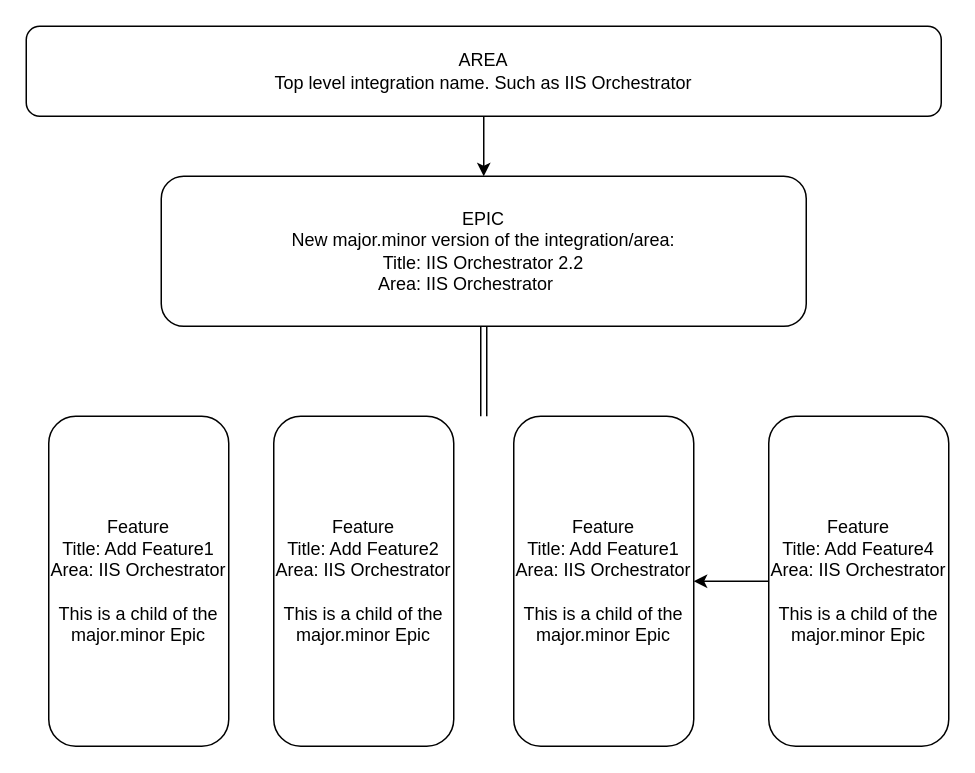
Above: Untitled Diagram.drawio in fiddlermikey/composite-workflow (draw.io), before the change. Source tidied: cells renumbered, new cells numbered last; positions are measured from the earlier drawing's top-left corner, leaving out a move shared by most shapes. Both pictures are drawn from the tidied source at 150%, with x=0, y=0 at pixel (26, 26).
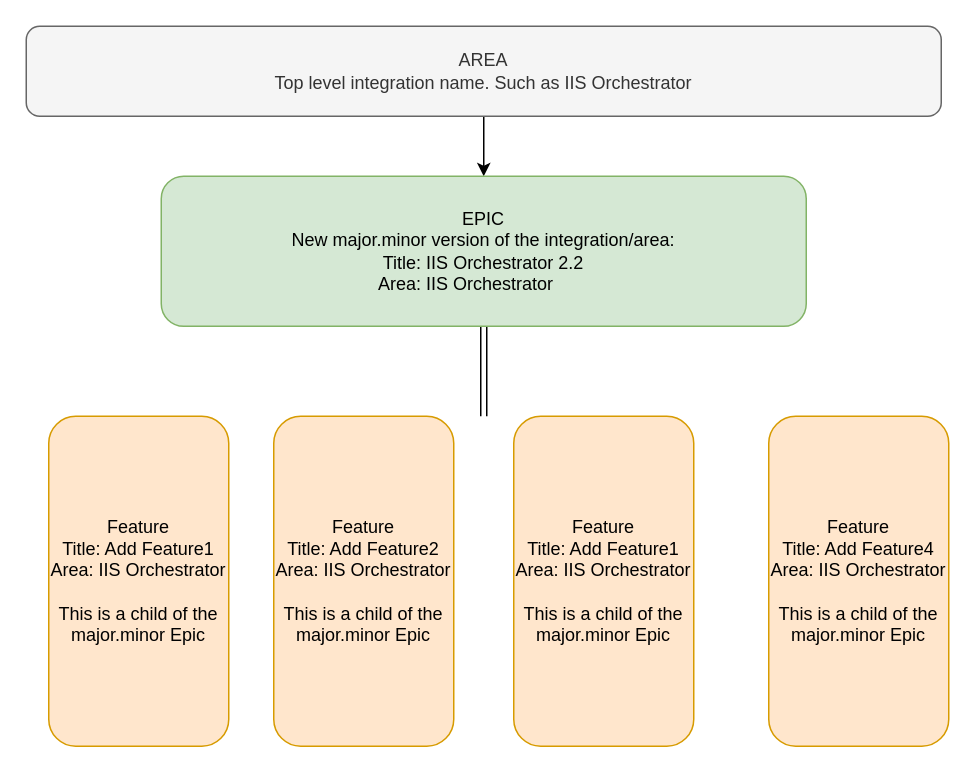
After the change.

Commit message:
Using Devops for Integrations

Diff of the diagram source:
```diff
@@
 <mxGraphModel>
   <root>
     <mxCell id="0" />
     <mxCell id="1" parent="0" />
     <mxCell id="2" style="edgeStyle=orthogonalEdgeStyle;rounded=0;jettySize=auto;html=1;" parent="1" edge="1" source="3" target="5">
       <mxGeometry relative="1" as="geometry" />
     </mxCell>
-    <mxCell id="3" value="&lt;div&gt;AREA&lt;/div&gt;&lt;div&gt;Top level integration name. Such as IIS Orchestrator&lt;/div&gt;" style="rounded=1;whiteSpace=wrap;html=1;" parent="1" vertex="1">
+    <mxCell id="3" value="&lt;div&gt;AREA&lt;/div&gt;&lt;div&gt;Top level integration name. Such as IIS Orchestrator&lt;/div&gt;" style="rounded=1;whiteSpace=wrap;html=1;fillColor=#f5f5f5;fontColor=#333333;strokeColor=#666666;" parent="1" vertex="1">
       <mxGeometry width="610" height="60" as="geometry" />
     </mxCell>
     <mxCell id="4" style="edgeStyle=orthogonalEdgeStyle;rounded=0;jettySize=auto;html=1;shape=link;" parent="1" edge="1" source="5">
       <mxGeometry relative="1" as="geometry">
         <mxPoint x="305" y="260" as="targetPoint" />
       </mxGeometry>
     </mxCell>
-    <mxCell id="5" value="&lt;div&gt;EPIC&lt;/div&gt;&lt;div&gt;New major.minor version of the integration/area:&lt;/div&gt;&lt;div&gt;Title: IIS Orchestrator 2.2&lt;/div&gt;&lt;div&gt;Area: IIS Orchestrator&amp;nbsp;&amp;nbsp;&amp;nbsp;&amp;nbsp;&amp;nbsp;&amp;nbsp;&amp;nbsp; &lt;br&gt;&lt;/div&gt;" style="rounded=1;whiteSpace=wrap;html=1;" parent="1" vertex="1">
+    <mxCell id="5" value="&lt;div&gt;EPIC&lt;/div&gt;&lt;div&gt;New major.minor version of the integration/area:&lt;/div&gt;&lt;div&gt;Title: IIS Orchestrator 2.2&lt;/div&gt;&lt;div&gt;Area: IIS Orchestrator&amp;nbsp;&amp;nbsp;&amp;nbsp;&amp;nbsp;&amp;nbsp;&amp;nbsp;&amp;nbsp; &lt;br&gt;&lt;/div&gt;" style="rounded=1;whiteSpace=wrap;html=1;fillColor=#d5e8d4;strokeColor=#82b366;" parent="1" vertex="1">
       <mxGeometry x="90" y="100" width="430" height="100" as="geometry" />
     </mxCell>
-    <mxCell id="6" value="&lt;div&gt;Feature&lt;br&gt;&lt;/div&gt;&lt;div&gt;Title: Add Feature1&lt;/div&gt;&lt;div&gt;Area: IIS Orchestrator&lt;/div&gt;&lt;div&gt;&lt;br&gt;&lt;/div&gt;&lt;div&gt;This is a child of the major.minor Epic&lt;br&gt;&lt;/div&gt;" style="rounded=1;whiteSpace=wrap;html=1;" parent="1" vertex="1">
+    <mxCell id="6" value="&lt;div&gt;Feature&lt;br&gt;&lt;/div&gt;&lt;div&gt;Title: Add Feature1&lt;/div&gt;&lt;div&gt;Area: IIS Orchestrator&lt;/div&gt;&lt;div&gt;&lt;br&gt;&lt;/div&gt;&lt;div&gt;This is a child of the major.minor Epic&lt;br&gt;&lt;/div&gt;" style="rounded=1;whiteSpace=wrap;html=1;fillColor=#ffe6cc;strokeColor=#d79b00;" parent="1" vertex="1">
       <mxGeometry x="15" y="260" width="120" height="220" as="geometry" />
     </mxCell>
-    <mxCell id="7" value="&lt;div&gt;Feature&lt;br&gt;&lt;/div&gt;&lt;div&gt;Title: Add Feature2&lt;/div&gt;&lt;div&gt;Area: IIS Orchestrator&lt;/div&gt;&lt;div&gt;&lt;br&gt;&lt;/div&gt;This is a child of the major.minor Epic" style="rounded=1;whiteSpace=wrap;html=1;" parent="1" vertex="1">
+    <mxCell id="7" value="&lt;div&gt;Feature&lt;br&gt;&lt;/div&gt;&lt;div&gt;Title: Add Feature2&lt;/div&gt;&lt;div&gt;Area: IIS Orchestrator&lt;/div&gt;&lt;div&gt;&lt;br&gt;&lt;/div&gt;This is a child of the major.minor Epic" style="rounded=1;whiteSpace=wrap;html=1;fillColor=#ffe6cc;strokeColor=#d79b00;" parent="1" vertex="1">
       <mxGeometry x="165" y="260" width="120" height="220" as="geometry" />
     </mxCell>
-    <mxCell id="8" value="&lt;div&gt;Feature&lt;/div&gt;&lt;div&gt;Title: Add Feature1&lt;/div&gt;&lt;div&gt;Area: IIS Orchestrator&lt;/div&gt;&lt;div&gt;&lt;br&gt;&lt;/div&gt;This is a child of the major.minor Epic" style="rounded=1;whiteSpace=wrap;html=1;" parent="1" vertex="1">
+    <mxCell id="8" value="&lt;div&gt;Feature&lt;/div&gt;&lt;div&gt;Title: Add Feature1&lt;/div&gt;&lt;div&gt;Area: IIS Orchestrator&lt;/div&gt;&lt;div&gt;&lt;br&gt;&lt;/div&gt;This is a child of the major.minor Epic" style="rounded=1;whiteSpace=wrap;html=1;fillColor=#ffe6cc;strokeColor=#d79b00;" parent="1" vertex="1">
       <mxGeometry x="325" y="260" width="120" height="220" as="geometry" />
     </mxCell>
-    <mxCell id="9" style="edgeStyle=orthogonalEdgeStyle;rounded=0;jettySize=auto;html=1;" parent="1" edge="1" source="10" target="8">
-      <mxGeometry relative="1" as="geometry" />
-    </mxCell>
-    <mxCell id="10" value="&lt;div&gt;Feature&lt;/div&gt;&lt;div&gt;Title: Add Feature4&lt;/div&gt;&lt;div&gt;Area: IIS Orchestrator&lt;/div&gt;&lt;div&gt;&lt;br&gt;&lt;/div&gt;This is a child of the major.minor Epic" style="rounded=1;whiteSpace=wrap;html=1;" parent="1" vertex="1">
+    <mxCell id="10" value="&lt;div&gt;Feature&lt;/div&gt;&lt;div&gt;Title: Add Feature4&lt;/div&gt;&lt;div&gt;Area: IIS Orchestrator&lt;/div&gt;&lt;div&gt;&lt;br&gt;&lt;/div&gt;This is a child of the major.minor Epic" style="rounded=1;whiteSpace=wrap;html=1;fillColor=#ffe6cc;strokeColor=#d79b00;" parent="1" vertex="1">
       <mxGeometry x="495" y="260" width="120" height="220" as="geometry" />
     </mxCell>
   </root>
 </mxGraphModel>
```
